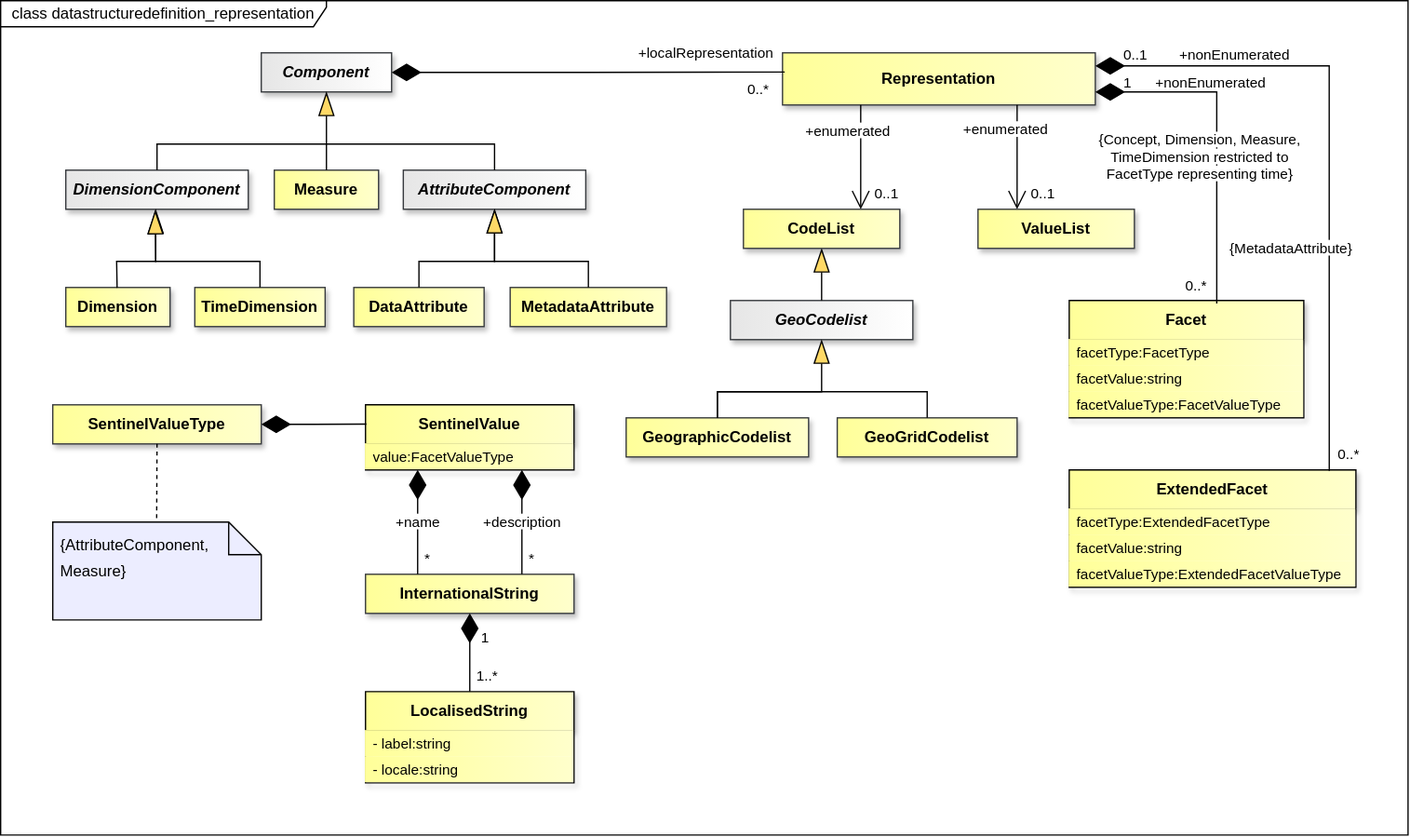
sdmx-twg/sdmx-im keeps this draw.io diagram as docs/information_model/media/sdmx_datastructure-datastructuredefinition_representation.svg. Above is the earlier version. Source tidied: cells renumbered, new cells last; positions are measured from the earlier drawing's top-left corner, leaving out a move shared by most shapes.
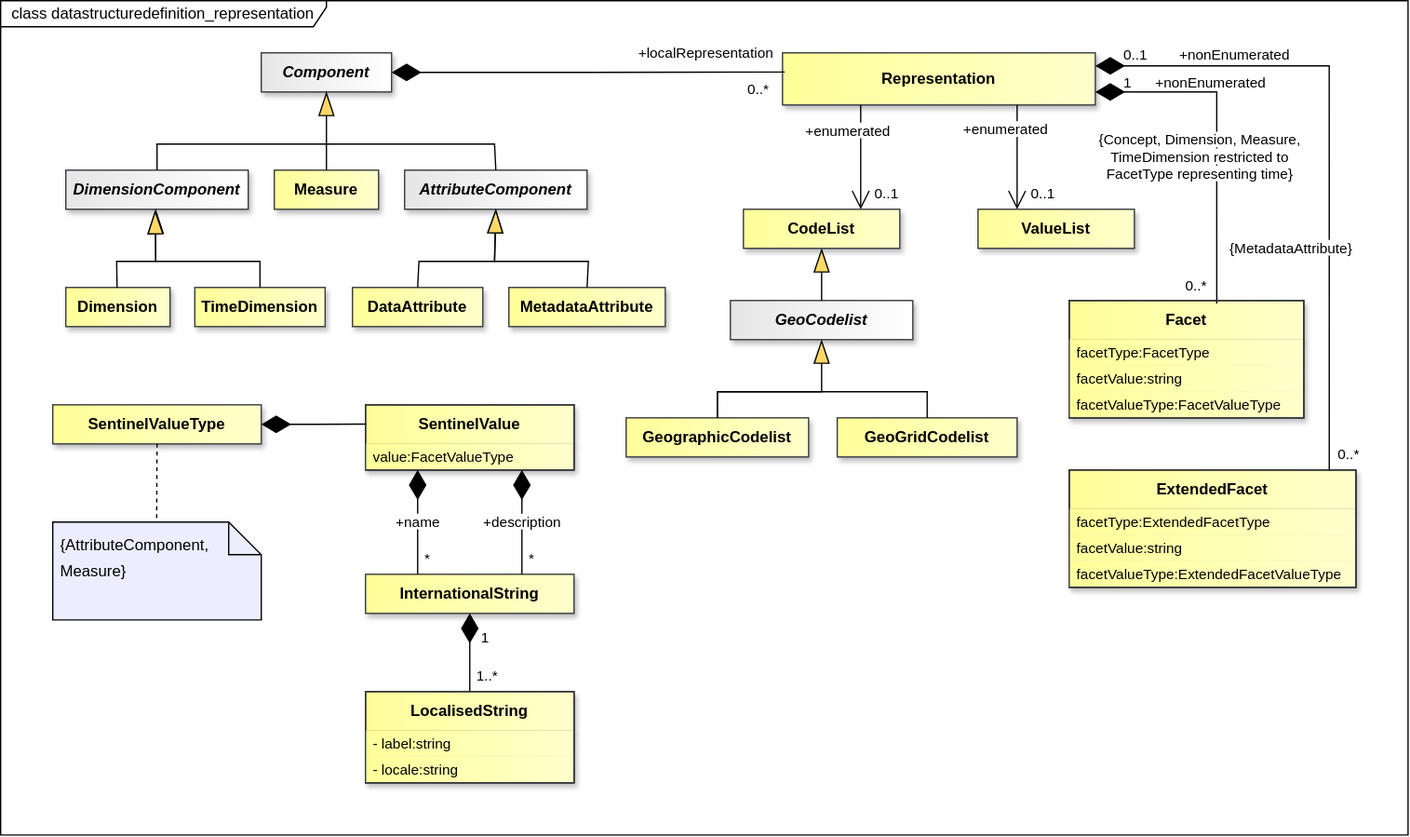
After the commit.

Change to the diagram source:
```diff
@@ -56,7 +56,7 @@
     <mxCell id="19" style="endArrow=none;" parent="1" edge="1">
       <mxGeometry relative="1" as="geometry" />
     </mxCell>
-    <mxCell id="20" value="class datastructuredefinition_representation" style="shape=umlFrame;whiteSpace=wrap;html=1;fillColor=light-dark(#FFFFFF,#121212);swimlaneFillColor=light-dark(#FFFFFF,#121212);width=250;height=20;" parent="1" vertex="1">
+    <mxCell id="20" value="&amp;nbsp; class datastructuredefinition_representation" style="shape=umlFrame;whiteSpace=wrap;html=1;fillColor=light-dark(#FFFFFF,#121212);swimlaneFillColor=light-dark(#FFFFFF,#121212);width=250;height=20;align=left;" parent="1" vertex="1">
       <mxGeometry width="1080" height="640" as="geometry" />
     </mxCell>
     <mxCell id="21" value="Component" style="whiteSpace=wrap;html=1;verticalAlign=middle;gradientDirection=east;imageVerticalAlign=top;fontStyle=3;fillColor=light-dark(#E6E6E6,#E6E6E6);strokeColor=#36393d;fontColor=light-dark(#000000,#000000);gradientColor=light-dark(#FFFFFF,#FFFFFF);shadow=1;" parent="1" vertex="1">
@@ -66,19 +66,19 @@
       <mxGeometry x="50" y="130" width="140" height="30" as="geometry" />
     </mxCell>
     <mxCell id="23" value="AttributeComponent" style="whiteSpace=wrap;html=1;verticalAlign=middle;gradientDirection=east;imageVerticalAlign=top;fontStyle=3;fillColor=light-dark(#E6E6E6,#E6E6E6);strokeColor=#36393d;fontColor=light-dark(#000000,#000000);gradientColor=light-dark(#FFFFFF,#FFFFFF);shadow=1;" parent="1" vertex="1">
-      <mxGeometry x="309" y="130" width="140" height="30" as="geometry" />
+      <mxGeometry x="310" y="130" width="140" height="30" as="geometry" />
     </mxCell>
     <mxCell id="24" value="Dimension" style="whiteSpace=wrap;html=1;verticalAlign=middle;gradientDirection=east;imageVerticalAlign=top;fontStyle=1;fillColor=light-dark(#FFFF99,#FFFF99);strokeColor=#36393d;fontColor=light-dark(#000000,#000000);gradientColor=light-dark(#FFFFCC,#FFFFCC);shadow=1;" parent="1" vertex="1">
       <mxGeometry x="50" y="220" width="80" height="30" as="geometry" />
     </mxCell>
     <mxCell id="25" value="&lt;span&gt;&lt;span&gt;MetadataAttribute&lt;/span&gt;&lt;/span&gt;" style="whiteSpace=wrap;html=1;verticalAlign=middle;gradientDirection=east;imageVerticalAlign=top;fontStyle=1;fillColor=light-dark(#FFFF99,#FFFF99);strokeColor=#36393d;fontColor=light-dark(#000000,#000000);gradientColor=light-dark(#FFFFCC,#FFFFCC);shadow=1;" parent="1" vertex="1">
-      <mxGeometry x="391" y="220" width="120" height="30" as="geometry" />
+      <mxGeometry x="390" y="220" width="120" height="30" as="geometry" />
     </mxCell>
     <mxCell id="26" value="Measure" style="whiteSpace=wrap;html=1;verticalAlign=middle;gradientDirection=east;imageVerticalAlign=top;fontStyle=1;fillColor=light-dark(#FFFF99,#FFFF99);strokeColor=#36393d;fontColor=light-dark(#000000,#000000);gradientColor=light-dark(#FFFFCC,#FFFFCC);shadow=1;" parent="1" vertex="1">
       <mxGeometry x="210" y="130" width="80" height="30" as="geometry" />
     </mxCell>
     <mxCell id="27" value="DataAttribute" style="whiteSpace=wrap;html=1;verticalAlign=middle;gradientDirection=east;imageVerticalAlign=top;fontStyle=1;fillColor=light-dark(#FFFF99,#FFFF99);strokeColor=#36393d;fontColor=light-dark(#000000,#000000);gradientColor=light-dark(#FFFFCC,#FFFFCC);shadow=1;" parent="1" vertex="1">
-      <mxGeometry x="271" y="220" width="100" height="30" as="geometry" />
+      <mxGeometry x="270" y="220" width="100" height="30" as="geometry" />
     </mxCell>
     <mxCell id="28" value="TimeDimension" style="whiteSpace=wrap;html=1;verticalAlign=middle;gradientDirection=east;imageVerticalAlign=top;fontStyle=1;fillColor=light-dark(#FFFF99,#FFFF99);strokeColor=#36393d;fontColor=light-dark(#000000,#000000);gradientColor=light-dark(#FFFFCC,#FFFFCC);shadow=1;" parent="1" vertex="1">
       <mxGeometry x="149" y="220" width="100" height="30" as="geometry" />
@@ -133,25 +133,25 @@
     <mxCell id="35" value="ExtendedFacet" style="swimlane;fontStyle=1;align=center;verticalAlign=middle;horizontal=1;startSize=30;whiteSpace=wrap;html=1;fillColor=light-dark(#FFFF99,#FFFF99);strokeColor=light-dark(#000000,#000000);gradientDirection=east;swimlaneLine=1;fontColor=light-dark(#000000,#000000);labelBackgroundColor=none;textShadow=0;gradientColor=light-dark(#FFFFCC,#FFFFCC);shadow=1;" parent="1" vertex="1">
       <mxGeometry x="820" y="360" width="220" height="90" as="geometry" />
     </mxCell>
-    <mxCell id="36" value="facetType:ExtendedFacetType" style="text;strokeColor=none;fillColor=light-dark(#FFFF99,#FFFF99);align=left;verticalAlign=middle;spacingLeft=4;spacingRight=4;overflow=hidden;whiteSpace=wrap;html=1;fontFamily=Helvetica;fontSize=11;fontColor=light-dark(#000000,#000000);gradientColor=light-dark(#FFFFCC,#FFFFCC);gradientDirection=east;" parent="35" vertex="1">
+    <mxCell id="36" value="facetType:ExtendedFacetType" style="text;strokeColor=none;fillColor=light-dark(#FFFF99,#FFFF99);align=left;verticalAlign=middle;spacingLeft=4;spacingRight=4;overflow=hidden;whiteSpace=wrap;html=1;fontFamily=Helvetica;fontSize=11;fontColor=light-dark(#000000,#000000);gradientColor=light-dark(#FFFFCC,#FFFFCC);gradientDirection=east;shadow=1;" parent="35" vertex="1">
       <mxGeometry y="30" width="220" height="20" as="geometry" />
     </mxCell>
-    <mxCell id="37" value="facetValue:string" style="text;strokeColor=none;fillColor=light-dark(#FFFF99,#FFFF99);align=left;verticalAlign=middle;spacingLeft=4;spacingRight=4;overflow=hidden;whiteSpace=wrap;html=1;fontFamily=Helvetica;fontSize=11;fontColor=light-dark(#000000,#000000);gradientColor=light-dark(#FFFFCC,#FFFFCC);gradientDirection=east;" parent="35" vertex="1">
+    <mxCell id="37" value="facetValue:string" style="text;strokeColor=none;fillColor=light-dark(#FFFF99,#FFFF99);align=left;verticalAlign=middle;spacingLeft=4;spacingRight=4;overflow=hidden;whiteSpace=wrap;html=1;fontFamily=Helvetica;fontSize=11;fontColor=light-dark(#000000,#000000);gradientColor=light-dark(#FFFFCC,#FFFFCC);gradientDirection=east;shadow=1;" parent="35" vertex="1">
       <mxGeometry y="50" width="220" height="20" as="geometry" />
     </mxCell>
-    <mxCell id="38" value="facetValueType:ExtendedFacetValueType" style="text;strokeColor=none;fillColor=light-dark(#FFFF99,#FFFF99);align=left;verticalAlign=middle;spacingLeft=4;spacingRight=4;overflow=hidden;whiteSpace=wrap;html=1;fontFamily=Helvetica;fontSize=11;fontColor=light-dark(#000000,#000000);gradientColor=light-dark(#FFFFCC,#FFFFCC);gradientDirection=east;" parent="35" vertex="1">
+    <mxCell id="38" value="facetValueType:ExtendedFacetValueType" style="text;strokeColor=none;fillColor=light-dark(#FFFF99,#FFFF99);align=left;verticalAlign=middle;spacingLeft=4;spacingRight=4;overflow=hidden;whiteSpace=wrap;html=1;fontFamily=Helvetica;fontSize=11;fontColor=light-dark(#000000,#000000);gradientColor=light-dark(#FFFFCC,#FFFFCC);gradientDirection=east;shadow=1;" parent="35" vertex="1">
       <mxGeometry y="70" width="220" height="20" as="geometry" />
     </mxCell>
     <mxCell id="39" value="Facet" style="swimlane;fontStyle=1;align=center;verticalAlign=middle;horizontal=1;startSize=30;whiteSpace=wrap;html=1;fillColor=light-dark(#FFFF99,#FFFF99);strokeColor=light-dark(#000000,#000000);gradientDirection=east;swimlaneLine=1;fontColor=light-dark(#000000,#000000);labelBackgroundColor=none;textShadow=0;gradientColor=light-dark(#FFFFCC,#FFFFCC);shadow=1;" parent="1" vertex="1">
       <mxGeometry x="820" y="230" width="180" height="90" as="geometry" />
     </mxCell>
-    <mxCell id="40" value="facetType:FacetType" style="text;strokeColor=none;fillColor=light-dark(#FFFF99,#FFFF99);align=left;verticalAlign=middle;spacingLeft=4;spacingRight=4;overflow=hidden;whiteSpace=wrap;html=1;fontFamily=Helvetica;fontSize=11;fontColor=light-dark(#000000,#000000);gradientColor=light-dark(#FFFFCC,#FFFFCC);gradientDirection=east;" parent="39" vertex="1">
+    <mxCell id="40" value="facetType:FacetType" style="text;strokeColor=none;fillColor=light-dark(#FFFF99,#FFFF99);align=left;verticalAlign=middle;spacingLeft=4;spacingRight=4;overflow=hidden;whiteSpace=wrap;html=1;fontFamily=Helvetica;fontSize=11;fontColor=light-dark(#000000,#000000);gradientColor=light-dark(#FFFFCC,#FFFFCC);gradientDirection=east;shadow=1;" parent="39" vertex="1">
       <mxGeometry y="30" width="180" height="20" as="geometry" />
     </mxCell>
-    <mxCell id="41" value="facetValue:string" style="text;strokeColor=none;fillColor=light-dark(#FFFF99,#FFFF99);align=left;verticalAlign=middle;spacingLeft=4;spacingRight=4;overflow=hidden;whiteSpace=wrap;html=1;fontFamily=Helvetica;fontSize=11;fontColor=light-dark(#000000,#000000);gradientColor=light-dark(#FFFFCC,#FFFFCC);gradientDirection=east;" parent="39" vertex="1">
+    <mxCell id="41" value="facetValue:string" style="text;strokeColor=none;fillColor=light-dark(#FFFF99,#FFFF99);align=left;verticalAlign=middle;spacingLeft=4;spacingRight=4;overflow=hidden;whiteSpace=wrap;html=1;fontFamily=Helvetica;fontSize=11;fontColor=light-dark(#000000,#000000);gradientColor=light-dark(#FFFFCC,#FFFFCC);gradientDirection=east;shadow=1;" parent="39" vertex="1">
       <mxGeometry y="50" width="180" height="20" as="geometry" />
     </mxCell>
-    <mxCell id="42" value="facetValueType:FacetValueType" style="text;strokeColor=none;fillColor=light-dark(#FFFF99,#FFFF99);align=left;verticalAlign=middle;spacingLeft=4;spacingRight=4;overflow=hidden;whiteSpace=wrap;html=1;fontFamily=Helvetica;fontSize=11;fontColor=light-dark(#000000,#000000);gradientColor=light-dark(#FFFFCC,#FFFFCC);gradientDirection=east;" parent="39" vertex="1">
+    <mxCell id="42" value="facetValueType:FacetValueType" style="text;strokeColor=none;fillColor=light-dark(#FFFF99,#FFFF99);align=left;verticalAlign=middle;spacingLeft=4;spacingRight=4;overflow=hidden;whiteSpace=wrap;html=1;fontFamily=Helvetica;fontSize=11;fontColor=light-dark(#000000,#000000);gradientColor=light-dark(#FFFFCC,#FFFFCC);gradientDirection=east;shadow=1;" parent="39" vertex="1">
       <mxGeometry y="70" width="180" height="20" as="geometry" />
     </mxCell>
     <mxCell id="43" value="Representation" style="whiteSpace=wrap;html=1;verticalAlign=middle;gradientDirection=east;imageVerticalAlign=top;fontStyle=1;fillColor=light-dark(#FFFF99,#FFFF99);strokeColor=#36393d;fontColor=light-dark(#000000,#000000);gradientColor=light-dark(#FFFFCC,#FFFFCC);shadow=1;" parent="1" vertex="1">
@@ -238,7 +238,7 @@
     <mxCell id="62" value="SentinelValue" style="swimlane;fontStyle=1;align=center;verticalAlign=middle;horizontal=1;startSize=30;whiteSpace=wrap;html=1;fillColor=light-dark(#FFFF99,#FFFF99);strokeColor=light-dark(#000000,#000000);gradientDirection=east;swimlaneLine=1;fontColor=light-dark(#000000,#000000);labelBackgroundColor=none;textShadow=0;gradientColor=light-dark(#FFFFCC,#FFFFCC);shadow=1;" parent="1" vertex="1">
       <mxGeometry x="280" y="310" width="160" height="50" as="geometry" />
     </mxCell>
-    <mxCell id="63" value="value:FacetValueType" style="text;strokeColor=none;fillColor=light-dark(#FFFF99,#FFFF99);align=left;verticalAlign=middle;spacingLeft=4;spacingRight=4;overflow=hidden;whiteSpace=wrap;html=1;fontFamily=Helvetica;fontSize=11;fontColor=light-dark(#000000,#000000);gradientColor=light-dark(#FFFFCC,#FFFFCC);gradientDirection=east;" parent="62" vertex="1">
+    <mxCell id="63" value="value:FacetValueType" style="text;strokeColor=none;fillColor=light-dark(#FFFF99,#FFFF99);align=left;verticalAlign=middle;spacingLeft=4;spacingRight=4;overflow=hidden;whiteSpace=wrap;html=1;fontFamily=Helvetica;fontSize=11;fontColor=light-dark(#000000,#000000);gradientColor=light-dark(#FFFFCC,#FFFFCC);gradientDirection=east;shadow=1;" parent="62" vertex="1">
       <mxGeometry y="30" width="160" height="20" as="geometry" />
     </mxCell>
     <mxCell id="64" value="&lt;span&gt;&lt;span&gt;InternationalString&lt;/span&gt;&lt;/span&gt;" style="whiteSpace=wrap;html=1;verticalAlign=middle;gradientDirection=east;imageVerticalAlign=top;fontStyle=1;fillColor=light-dark(#FFFF99,#FFFF99);strokeColor=#36393d;fontColor=light-dark(#000000,#000000);gradientColor=light-dark(#FFFFCC,#FFFFCC);shadow=1;" parent="1" vertex="1">
@@ -263,10 +263,10 @@
     <mxCell id="69" value="LocalisedString" style="swimlane;fontStyle=1;align=center;verticalAlign=middle;horizontal=1;startSize=30;whiteSpace=wrap;html=1;fillColor=light-dark(#FFFF99,#FFFF99);strokeColor=light-dark(#000000,#000000);gradientDirection=east;swimlaneLine=1;fontColor=light-dark(#000000,#000000);labelBackgroundColor=none;textShadow=0;gradientColor=light-dark(#FFFFCC,#FFFFCC);shadow=1;" parent="1" vertex="1">
       <mxGeometry x="280" y="530" width="160" height="70" as="geometry" />
     </mxCell>
-    <mxCell id="70" value="- label:string" style="text;strokeColor=none;fillColor=light-dark(#FFFF99,#FFFF99);align=left;verticalAlign=middle;spacingLeft=4;spacingRight=4;overflow=hidden;whiteSpace=wrap;html=1;fontSize=11;gradientColor=light-dark(#FFFFCC,#FFFFCC);gradientDirection=east;fontColor=light-dark(#000000,#000000);strokeWidth=0;" parent="69" vertex="1">
+    <mxCell id="70" value="- label:string" style="text;strokeColor=none;fillColor=light-dark(#FFFF99,#FFFF99);align=left;verticalAlign=middle;spacingLeft=4;spacingRight=4;overflow=hidden;whiteSpace=wrap;html=1;fontSize=11;gradientColor=light-dark(#FFFFCC,#FFFFCC);gradientDirection=east;fontColor=light-dark(#000000,#000000);strokeWidth=0;shadow=1;" parent="69" vertex="1">
       <mxGeometry y="30" width="160" height="20" as="geometry" />
     </mxCell>
-    <mxCell id="71" value="- locale:string" style="text;strokeColor=none;fillColor=light-dark(#FFFF99,#FFFF99);align=left;verticalAlign=middle;spacingLeft=4;spacingRight=4;overflow=hidden;whiteSpace=wrap;html=1;fontSize=11;gradientColor=light-dark(#FFFFCC,#FFFFCC);gradientDirection=east;fontColor=light-dark(#000000,#000000);strokeWidth=0;" parent="69" vertex="1">
+    <mxCell id="71" value="- locale:string" style="text;strokeColor=none;fillColor=light-dark(#FFFF99,#FFFF99);align=left;verticalAlign=middle;spacingLeft=4;spacingRight=4;overflow=hidden;whiteSpace=wrap;html=1;fontSize=11;gradientColor=light-dark(#FFFFCC,#FFFFCC);gradientDirection=east;fontColor=light-dark(#000000,#000000);strokeWidth=0;shadow=1;" parent="69" vertex="1">
       <mxGeometry y="50" width="160" height="20" as="geometry" />
     </mxCell>
     <mxCell id="72" style="endArrow=none;html=1;endSize=12;startArrow=diamondThin;startSize=20;startFill=1;edgeStyle=orthogonalEdgeStyle;rounded=0;exitX=0.5;exitY=1;exitDx=0;exitDy=0;endFill=0;strokeColor=light-dark(#000000,#FFFFFF);fontColor=light-dark(#000000,#FFFFFF);labelBackgroundColor=none;entryX=0.5;entryY=0;entryDx=0;entryDy=0;" parent="1" edge="1" source="64" target="69">
@@ -313,5 +313,17 @@
         <mxPoint x="-12" as="offset" />
       </mxGeometry>
     </mxCell>
+    <mxCell id="84" style="rounded=0;whiteSpace=wrap;html=1;fillColor=none;strokeColor=#36393D;" parent="1" vertex="1">
+      <mxGeometry x="280" y="310" width="160" height="50" as="geometry" />
+    </mxCell>
+    <mxCell id="85" style="rounded=0;whiteSpace=wrap;html=1;fillColor=none;strokeColor=#36393D;" parent="1" vertex="1">
+      <mxGeometry x="280" y="530" width="160" height="70" as="geometry" />
+    </mxCell>
+    <mxCell id="86" style="rounded=0;whiteSpace=wrap;html=1;fillColor=none;strokeColor=#36393D;" parent="1" vertex="1">
+      <mxGeometry x="820" y="360" width="220" height="90" as="geometry" />
+    </mxCell>
+    <mxCell id="87" style="rounded=0;whiteSpace=wrap;html=1;fillColor=none;strokeColor=#36393D;" parent="1" vertex="1">
+      <mxGeometry x="820" y="230" width="180" height="90" as="geometry" />
+    </mxCell>
   </root>
 </mxGraphModel>
```
